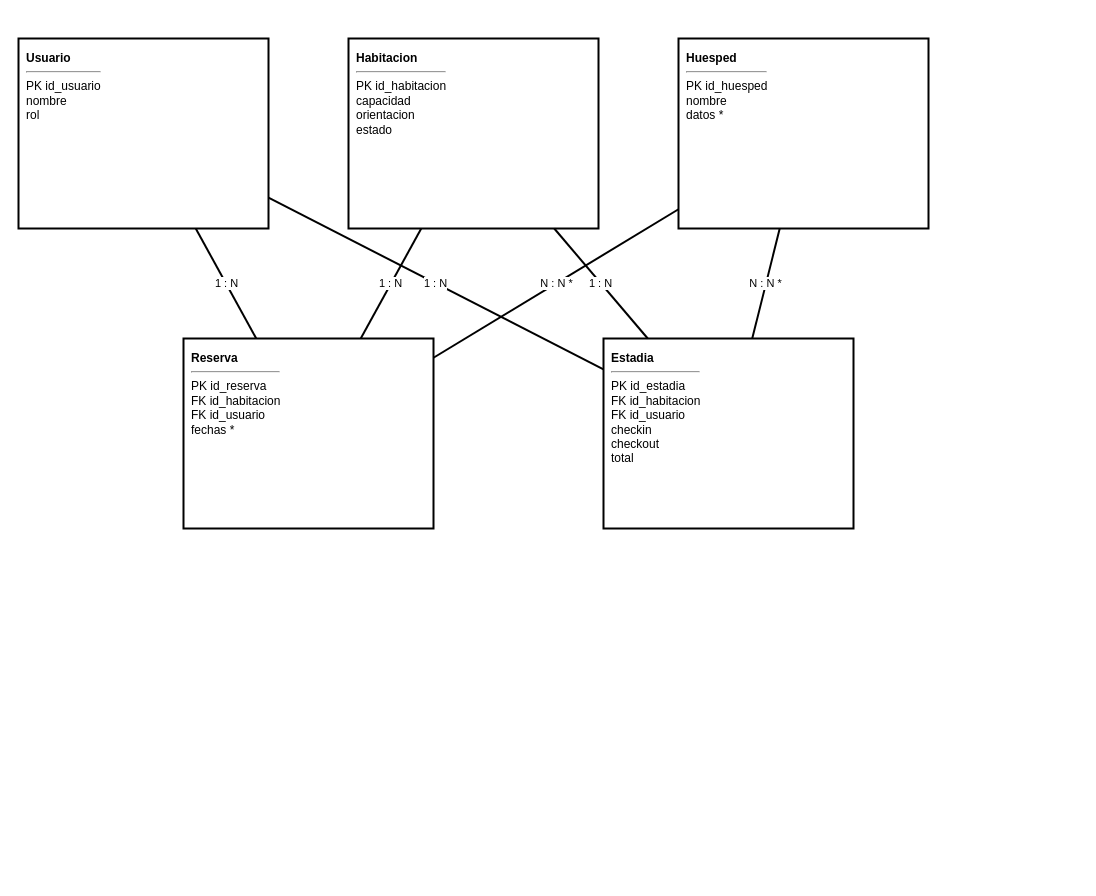
Above: diagramas-editables/09-modelo-base-datos.drawio in Yutre3/diego (draw.io), before the change. Source tidied: cells renumbered, new cells numbered last; positions are measured from the earlier drawing's top-left corner, leaving out a move shared by most shapes. Both pictures are drawn from the tidied source at 100%, with x=0, y=0 at pixel (18, 38).
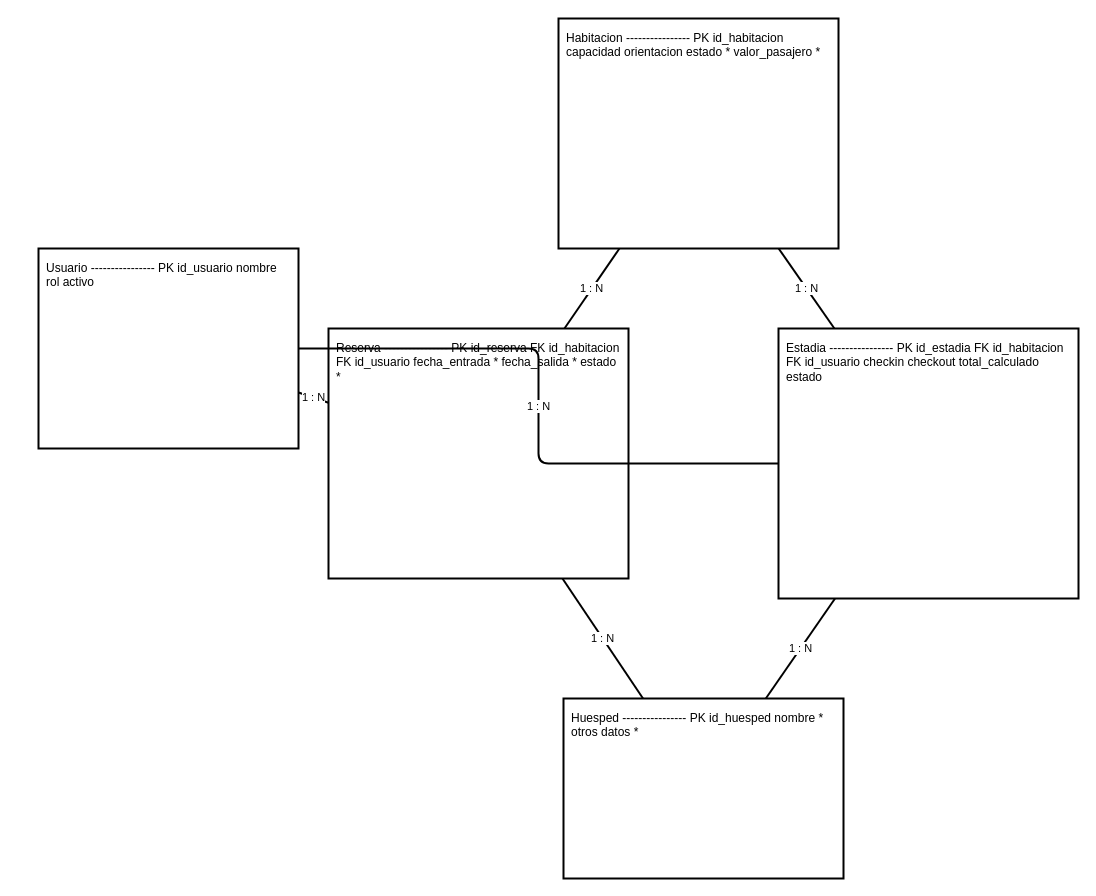
Above is the later version.

Commit message:
Actualizar fuente editable al modelo de datos limpio

What changed in the source:
```diff
@@
 <mxGraphModel>
   <root>
     <mxCell id="0" />
     <mxCell id="1" parent="0" />
-    <mxCell id="2" value="&lt;b&gt;Usuario&lt;/b&gt;&lt;hr&gt;PK id_usuario&lt;br&gt;nombre&lt;br&gt;rol" style="rounded=0;whiteSpace=wrap;html=1;strokeWidth=2;align=left;verticalAlign=top;spacing=8;" parent="1" vertex="1">
-      <mxGeometry width="250" height="190" as="geometry" />
-    </mxCell>
-    <mxCell id="3" value="&lt;b&gt;Habitacion&lt;/b&gt;&lt;hr&gt;PK id_habitacion&lt;br&gt;capacidad&lt;br&gt;orientacion&lt;br&gt;estado" style="rounded=0;whiteSpace=wrap;html=1;strokeWidth=2;align=left;verticalAlign=top;spacing=8;" parent="1" vertex="1">
-      <mxGeometry x="330" width="250" height="190" as="geometry" />
-    </mxCell>
-    <mxCell id="4" value="&lt;b&gt;Huesped&lt;/b&gt;&lt;hr&gt;PK id_huesped&lt;br&gt;nombre&lt;br&gt;datos *" style="rounded=0;whiteSpace=wrap;html=1;strokeWidth=2;align=left;verticalAlign=top;spacing=8;" parent="1" vertex="1">
-      <mxGeometry x="660" width="250" height="190" as="geometry" />
-    </mxCell>
-    <mxCell id="5" value="&lt;b&gt;Reserva&lt;/b&gt;&lt;hr&gt;PK id_reserva&lt;br&gt;FK id_habitacion&lt;br&gt;FK id_usuario&lt;br&gt;fechas *" style="rounded=0;whiteSpace=wrap;html=1;strokeWidth=2;align=left;verticalAlign=top;spacing=8;" parent="1" vertex="1">
-      <mxGeometry x="165" y="300" width="250" height="190" as="geometry" />
-    </mxCell>
-    <mxCell id="6" value="&lt;b&gt;Estadia&lt;/b&gt;&lt;hr&gt;PK id_estadia&lt;br&gt;FK id_habitacion&lt;br&gt;FK id_usuario&lt;br&gt;checkin&lt;br&gt;checkout&lt;br&gt;total" style="rounded=0;whiteSpace=wrap;html=1;strokeWidth=2;align=left;verticalAlign=top;spacing=8;" parent="1" vertex="1">
-      <mxGeometry x="585" y="300" width="250" height="190" as="geometry" />
-    </mxCell>
-    <mxCell id="7" value="1 : N" style="endArrow=none;html=1;strokeWidth=2;" parent="1" edge="1" source="2" target="5">
-      <mxGeometry relative="1" as="geometry" />
-    </mxCell>
-    <mxCell id="8" value="1 : N" style="endArrow=none;html=1;strokeWidth=2;" parent="1" edge="1" source="2" target="6">
-      <mxGeometry relative="1" as="geometry" />
-    </mxCell>
-    <mxCell id="9" value="1 : N" style="endArrow=none;html=1;strokeWidth=2;" parent="1" edge="1" source="3" target="5">
-      <mxGeometry relative="1" as="geometry" />
-    </mxCell>
-    <mxCell id="10" value="1 : N" style="endArrow=none;html=1;strokeWidth=2;" parent="1" edge="1" source="3" target="6">
-      <mxGeometry relative="1" as="geometry" />
-    </mxCell>
-    <mxCell id="11" value="N : N *" style="endArrow=none;html=1;strokeWidth=2;" parent="1" edge="1" source="4" target="5">
-      <mxGeometry relative="1" as="geometry" />
-    </mxCell>
-    <mxCell id="12" value="N : N *" style="endArrow=none;html=1;strokeWidth=2;" parent="1" edge="1" source="4" target="6">
-      <mxGeometry relative="1" as="geometry" />
-    </mxCell>
+    <mxCell id="13" value="Usuario ---------------- PK id_usuario nombre rol activo" style="rounded=0;whiteSpace=wrap;html=1;strokeWidth=2;align=left;verticalAlign=top;spacing=8;" parent="1" vertex="1">
+      <mxGeometry x="20" y="210" width="260" height="200" as="geometry" />
+    </mxCell>
+    <mxCell id="14" value="Habitacion ---------------- PK id_habitacion capacidad orientacion estado * valor_pasajero *" style="rounded=0;whiteSpace=wrap;html=1;strokeWidth=2;align=left;verticalAlign=top;spacing=8;" parent="1" vertex="1">
+      <mxGeometry x="540" y="-20" width="280" height="230" as="geometry" />
+    </mxCell>
+    <mxCell id="15" value="Reserva ---------------- PK id_reserva FK id_habitacion FK id_usuario fecha_entrada * fecha_salida * estado *" style="rounded=0;whiteSpace=wrap;html=1;strokeWidth=2;align=left;verticalAlign=top;spacing=8;" parent="1" vertex="1">
+      <mxGeometry x="310" y="290" width="300" height="250" as="geometry" />
+    </mxCell>
+    <mxCell id="16" value="Estadia ---------------- PK id_estadia FK id_habitacion FK id_usuario checkin checkout total_calculado estado" style="rounded=0;whiteSpace=wrap;html=1;strokeWidth=2;align=left;verticalAlign=top;spacing=8;" parent="1" vertex="1">
+      <mxGeometry x="760" y="290" width="300" height="270" as="geometry" />
+    </mxCell>
+    <mxCell id="17" value="Huesped ---------------- PK id_huesped nombre * otros datos *" style="rounded=0;whiteSpace=wrap;html=1;strokeWidth=2;align=left;verticalAlign=top;spacing=8;" parent="1" vertex="1">
+      <mxGeometry x="545" y="660" width="280" height="180" as="geometry" />
+    </mxCell>
+    <mxCell id="18" value="1 : N" style="endArrow=none;html=1;strokeWidth=2;" parent="1" edge="1" source="14" target="15">
+      <mxGeometry relative="1" as="geometry" />
+    </mxCell>
+    <mxCell id="19" value="1 : N" style="endArrow=none;html=1;strokeWidth=2;" parent="1" edge="1" source="14" target="16">
+      <mxGeometry relative="1" as="geometry" />
+    </mxCell>
+    <mxCell id="20" value="1 : N" style="endArrow=none;html=1;strokeWidth=2;" parent="1" edge="1" source="13" target="15">
+      <mxGeometry relative="1" as="geometry" />
+    </mxCell>
+    <mxCell id="21" value="1 : N" style="endArrow=none;html=1;strokeWidth=2;edgeStyle=orthogonalEdgeStyle;" parent="1" edge="1" source="13" target="16">
+      <mxGeometry relative="1" as="geometry" />
+    </mxCell>
+    <mxCell id="22" value="1 : N" style="endArrow=none;html=1;strokeWidth=2;" parent="1" edge="1" source="17" target="15">
+      <mxGeometry relative="1" as="geometry" />
+    </mxCell>
+    <mxCell id="23" value="1 : N" style="endArrow=none;html=1;strokeWidth=2;" parent="1" edge="1" source="17" target="16">
+      <mxGeometry relative="1" as="geometry" />
+    </mxCell>
   </root>
 </mxGraphModel>
```
